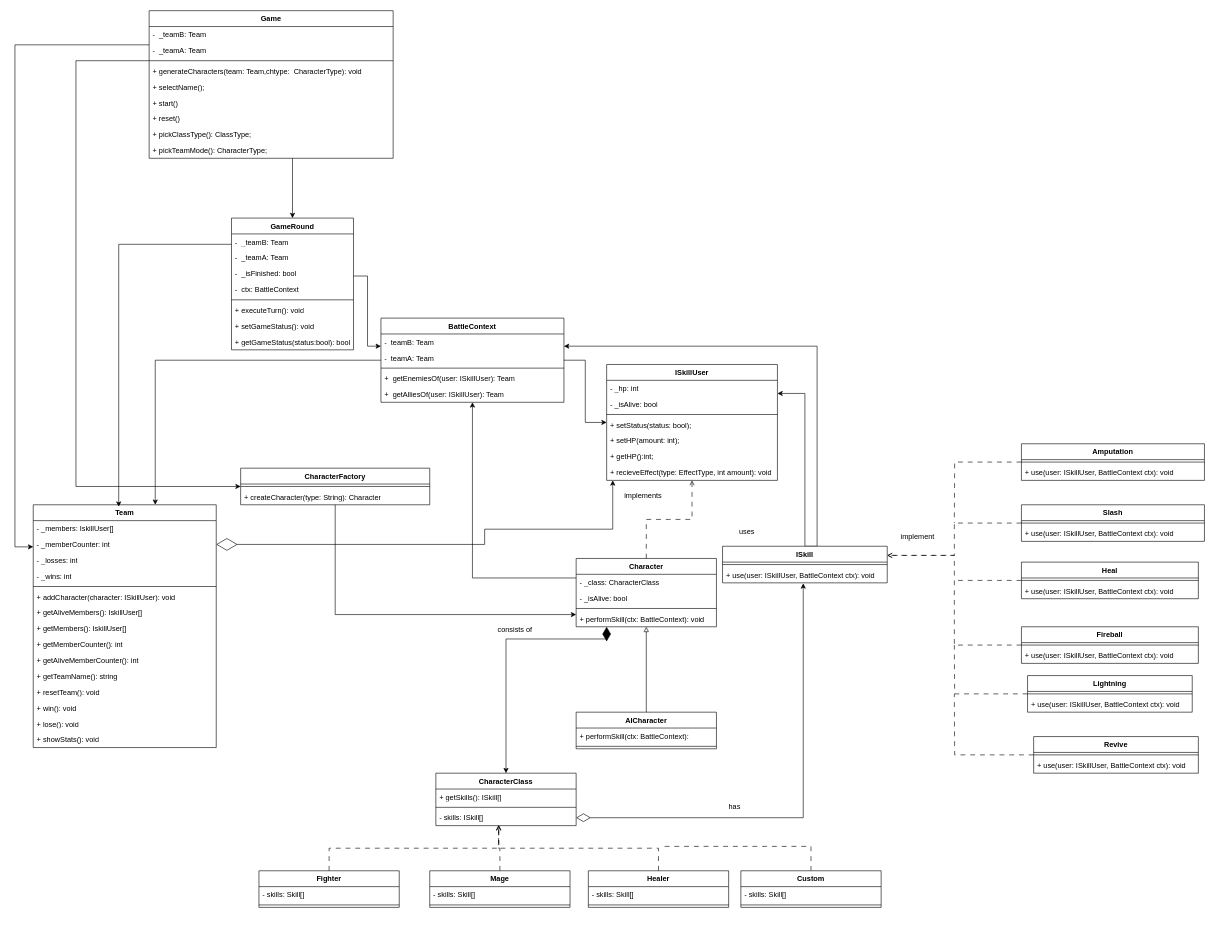
Before: FightClub.drawio in ergimandija/FightClub, a draw.io diagram. Source tidied: cells renumbered, new cells numbered last; positions are measured from the earlier drawing's top-left corner, leaving out a move shared by most shapes. Both pictures are drawn from the tidied source at 61%, with x=0, y=0 at pixel (15, 10).
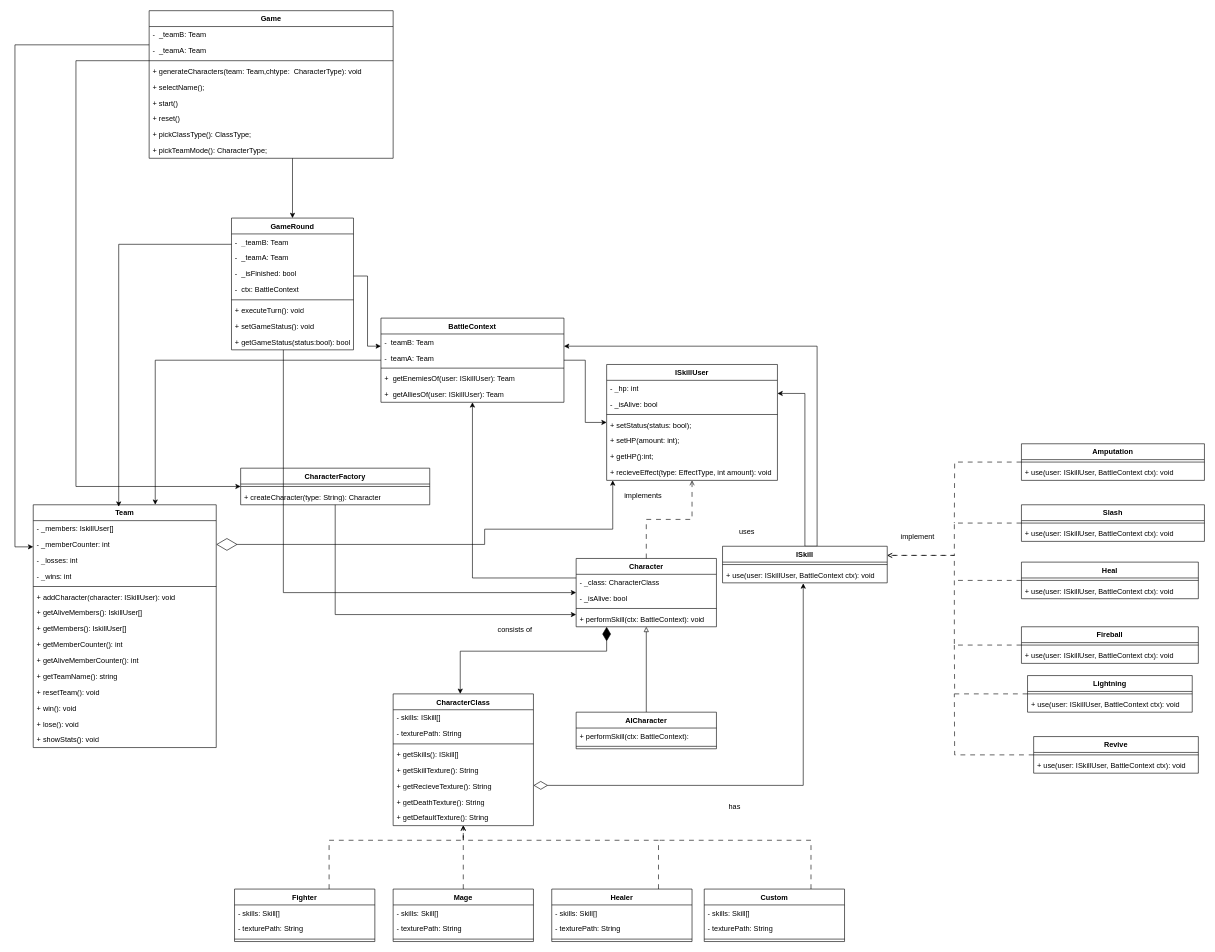
The same diagram, later.

Unchanged cells that the change refers to:
```xml
<mxCell id="12" value="Character" style="swimlane;fontStyle=1;align=center;verticalAlign=top;horizontal=1;startSize=26;whiteSpace=wrap;html=1;" parent="1" vertex="1">
  <mxGeometry x="920" y="898" width="230" height="112" as="geometry" />
</mxCell>
<mxCell id="26" value="+ use(user: ISkillUser, BattleContext ctx): void" style="text;strokeColor=none;fillColor=none;align=left;verticalAlign=top;spacingLeft=4;spacingRight=4;overflow=hidden;points=[[0,0.5],[1,0.5]];portConstraint=eastwest;whiteSpace=wrap;html=1;" parent="24" vertex="1">
  <mxGeometry y="34" width="270" height="26" as="geometry" />
</mxCell>
<mxCell id="78" value="GameRound" style="swimlane;fontStyle=1;align=center;verticalAlign=top;horizontal=1;startSize=26;whiteSpace=wrap;html=1;" parent="1" vertex="1">
  <mxGeometry x="355" y="340" width="200" height="216" as="geometry" />
</mxCell>
```

Diff of the diagram source:
```diff
@@
     <mxCell id="18" value="CharacterClass" style="swimlane;fontStyle=1;align=center;verticalAlign=top;horizontal=1;startSize=26;whiteSpace=wrap;html=1;" parent="1" vertex="1">
-      <mxGeometry x="690" y="1250" width="230" height="86" as="geometry" />
+      <mxGeometry x="620" y="1120" width="230" height="216" as="geometry" />
     </mxCell>
+    <mxCell id="21" value="- skills: ISkill[]" style="text;strokeColor=none;fillColor=none;align=left;verticalAlign=top;spacingLeft=4;spacingRight=4;overflow=hidden;points=[[0,0.5],[1,0.5]];portConstraint=eastwest;whiteSpace=wrap;html=1;" parent="18" vertex="1">
+      <mxGeometry y="26" width="230" height="26" as="geometry" />
+    </mxCell>
+    <mxCell id="130" value="- texturePath: String" style="text;strokeColor=none;fillColor=none;align=left;verticalAlign=top;spacingLeft=4;spacingRight=4;overflow=hidden;whiteSpace=wrap;html=1;" parent="18" vertex="1">
+      <mxGeometry y="52" width="230" height="26" as="geometry" />
+    </mxCell>
+    <mxCell id="20" style="line;strokeWidth=1;fillColor=none;align=left;verticalAlign=middle;spacingTop=-1;spacingLeft=3;spacingRight=3;labelPosition=right;strokeColor=inherit;" parent="18" vertex="1">
+      <mxGeometry y="78" width="230" height="8" as="geometry" />
+    </mxCell>
     <mxCell id="19" value="+ getSkills(): ISkill[]" style="text;strokeColor=none;fillColor=none;align=left;verticalAlign=top;spacingLeft=4;spacingRight=4;overflow=hidden;whiteSpace=wrap;html=1;" parent="18" vertex="1">
-      <mxGeometry y="26" width="230" height="26" as="geometry" />
+      <mxGeometry y="86" width="230" height="26" as="geometry" />
     </mxCell>
-    <mxCell id="20" style="line;strokeWidth=1;fillColor=none;align=left;verticalAlign=middle;spacingTop=-1;spacingLeft=3;spacingRight=3;labelPosition=right;strokeColor=inherit;" parent="18" vertex="1">
-      <mxGeometry y="52" width="230" height="8" as="geometry" />
-    </mxCell>
-    <mxCell id="21" value="- skills: ISkill[]" style="text;strokeColor=none;fillColor=none;align=left;verticalAlign=top;spacingLeft=4;spacingRight=4;overflow=hidden;points=[[0,0.5],[1,0.5]];portConstraint=eastwest;whiteSpace=wrap;html=1;" parent="18" vertex="1">
-      <mxGeometry y="60" width="230" height="26" as="geometry" />
-    </mxCell>
+    <mxCell id="131" value="+ getSkillTexture(): String" style="text;strokeColor=none;fillColor=none;align=left;verticalAlign=top;spacingLeft=4;spacingRight=4;overflow=hidden;whiteSpace=wrap;html=1;" parent="18" vertex="1">
+      <mxGeometry y="112" width="230" height="26" as="geometry" />
+    </mxCell>
+    <mxCell id="132" value="+ getRecieveTexture(): String" style="text;strokeColor=none;fillColor=none;align=left;verticalAlign=top;spacingLeft=4;spacingRight=4;overflow=hidden;whiteSpace=wrap;html=1;" parent="18" vertex="1">
+      <mxGeometry y="138" width="230" height="26" as="geometry" />
+    </mxCell>
+    <mxCell id="133" value="+ getDeathTexture(): String" style="text;strokeColor=none;fillColor=none;align=left;verticalAlign=top;spacingLeft=4;spacingRight=4;overflow=hidden;whiteSpace=wrap;html=1;" parent="18" vertex="1">
+      <mxGeometry y="164" width="230" height="26" as="geometry" />
+    </mxCell>
+    <mxCell id="134" value="+ getDefaultTexture(): String" style="text;strokeColor=none;fillColor=none;align=left;verticalAlign=top;spacingLeft=4;spacingRight=4;overflow=hidden;whiteSpace=wrap;html=1;" parent="18" vertex="1">
+      <mxGeometry y="190" width="230" height="26" as="geometry" />
+    </mxCell>
     <mxCell id="22" style="edgeStyle=orthogonalEdgeStyle;rounded=0;jettySize=auto;html=1;startArrow=diamondThin;startFill=1;startSize=21;" parent="1" edge="1" source="12" target="18">
       <mxGeometry relative="1" as="geometry">
         <Array as="points">
-          <mxPoint x="970" y="1030" />
-          <mxPoint x="805" y="1030" />
+          <mxPoint x="970" y="1050" />
+          <mxPoint x="730" y="1050" />
         </Array>
       </mxGeometry>
     </mxCell>
@@
-    <mxCell id="29" style="edgeStyle=orthogonalEdgeStyle;rounded=0;jettySize=auto;html=1;startArrow=diamondThin;startFill=0;startSize=21;entryX=0.49;entryY=1.035;entryDx=0;entryDy=0;entryPerimeter=0;" parent="1" edge="1" source="21" target="26">
-      <mxGeometry relative="1" as="geometry" />
+    <mxCell id="29" style="edgeStyle=orthogonalEdgeStyle;rounded=0;jettySize=auto;html=1;startArrow=diamondThin;startFill=0;startSize=21;entryX=0.49;entryY=1.035;entryDx=0;entryDy=0;entryPerimeter=0;" parent="1" edge="1" source="18" target="26">
+      <mxGeometry relative="1" as="geometry">
+        <Array as="points">
+          <mxPoint x="1292" y="1270" />
+        </Array>
+      </mxGeometry>
     </mxCell>
@@
     <mxCell id="45" value="Fighter" style="swimlane;fontStyle=1;align=center;verticalAlign=top;horizontal=1;startSize=26;whiteSpace=wrap;html=1;" parent="1" vertex="1">
-      <mxGeometry x="400" y="1410" width="230" height="60" as="geometry" />
+      <mxGeometry x="360" y="1440" width="230" height="86" as="geometry" />
     </mxCell>
@@
+    <mxCell id="135" value="- texturePath: String" style="text;strokeColor=none;fillColor=none;align=left;verticalAlign=top;spacingLeft=4;spacingRight=4;overflow=hidden;whiteSpace=wrap;html=1;" parent="45" vertex="1">
+      <mxGeometry y="52" width="230" height="26" as="geometry" />
+    </mxCell>
     <mxCell id="47" style="line;strokeWidth=1;fillColor=none;align=left;verticalAlign=middle;spacingTop=-1;spacingLeft=3;spacingRight=3;labelPosition=right;strokeColor=inherit;" parent="45" vertex="1">
-      <mxGeometry y="52" width="230" height="8" as="geometry" />
+      <mxGeometry y="78" width="230" height="8" as="geometry" />
     </mxCell>
     <mxCell id="48" value="Mage" style="swimlane;fontStyle=1;align=center;verticalAlign=top;horizontal=1;startSize=26;whiteSpace=wrap;html=1;" parent="1" vertex="1">
-      <mxGeometry x="680" y="1410" width="230" height="60" as="geometry" />
+      <mxGeometry x="620" y="1440" width="230" height="86" as="geometry" />
     </mxCell>
@@
+    <mxCell id="136" value="- texturePath: String" style="text;strokeColor=none;fillColor=none;align=left;verticalAlign=top;spacingLeft=4;spacingRight=4;overflow=hidden;whiteSpace=wrap;html=1;" parent="48" vertex="1">
+      <mxGeometry y="52" width="230" height="26" as="geometry" />
+    </mxCell>
     <mxCell id="50" style="line;strokeWidth=1;fillColor=none;align=left;verticalAlign=middle;spacingTop=-1;spacingLeft=3;spacingRight=3;labelPosition=right;strokeColor=inherit;" parent="48" vertex="1">
-      <mxGeometry y="52" width="230" height="8" as="geometry" />
+      <mxGeometry y="78" width="230" height="8" as="geometry" />
     </mxCell>
     <mxCell id="51" value="Healer" style="swimlane;fontStyle=1;align=center;verticalAlign=top;horizontal=1;startSize=26;whiteSpace=wrap;html=1;" parent="1" vertex="1">
-      <mxGeometry x="940" y="1410" width="230" height="60" as="geometry" />
+      <mxGeometry x="880" y="1440" width="230" height="86" as="geometry" />
     </mxCell>
@@
+    <mxCell id="137" value="- texturePath: String" style="text;strokeColor=none;fillColor=none;align=left;verticalAlign=top;spacingLeft=4;spacingRight=4;overflow=hidden;whiteSpace=wrap;html=1;" parent="51" vertex="1">
+      <mxGeometry y="52" width="230" height="26" as="geometry" />
+    </mxCell>
     <mxCell id="53" style="line;strokeWidth=1;fillColor=none;align=left;verticalAlign=middle;spacingTop=-1;spacingLeft=3;spacingRight=3;labelPosition=right;strokeColor=inherit;" parent="51" vertex="1">
-      <mxGeometry y="52" width="230" height="8" as="geometry" />
+      <mxGeometry y="78" width="230" height="8" as="geometry" />
     </mxCell>
-    <mxCell id="54" style="edgeStyle=orthogonalEdgeStyle;rounded=0;jettySize=auto;html=1;entryX=0.447;entryY=1.007;entryDx=0;entryDy=0;entryPerimeter=0;dashed=1;dashPattern=8 8;endArrow=open;endFill=0;" parent="1" edge="1" source="45" target="21">
-      <mxGeometry relative="1" as="geometry" />
+    <mxCell id="54" style="edgeStyle=orthogonalEdgeStyle;rounded=0;jettySize=auto;html=1;dashed=1;dashPattern=8 8;endArrow=open;endFill=0;" parent="1" edge="1" source="45" target="18">
+      <mxGeometry relative="1" as="geometry">
+        <Array as="points">
+          <mxPoint x="515" y="1360" />
+          <mxPoint x="735" y="1360" />
+        </Array>
+      </mxGeometry>
     </mxCell>
-    <mxCell id="55" style="edgeStyle=orthogonalEdgeStyle;rounded=0;jettySize=auto;html=1;entryX=0.447;entryY=0.964;entryDx=0;entryDy=0;entryPerimeter=0;dashed=1;dashPattern=8 8;endArrow=open;endFill=0;" parent="1" edge="1" source="48" target="21">
+    <mxCell id="55" style="edgeStyle=orthogonalEdgeStyle;rounded=0;jettySize=auto;html=1;dashed=1;dashPattern=8 8;endArrow=open;endFill=0;" parent="1" edge="1" source="48" target="18">
       <mxGeometry relative="1" as="geometry" />
     </mxCell>
-    <mxCell id="56" style="edgeStyle=orthogonalEdgeStyle;rounded=0;jettySize=auto;html=1;entryX=0.449;entryY=0.974;entryDx=0;entryDy=0;entryPerimeter=0;dashed=1;dashPattern=8 8;endArrow=open;endFill=0;" parent="1" edge="1" source="51" target="21">
-      <mxGeometry relative="1" as="geometry" />
+    <mxCell id="56" style="edgeStyle=orthogonalEdgeStyle;rounded=0;jettySize=auto;html=1;dashed=1;dashPattern=8 8;endArrow=open;endFill=0;" parent="1" edge="1" source="51" target="18">
+      <mxGeometry relative="1" as="geometry">
+        <Array as="points">
+          <mxPoint x="1055" y="1360" />
+          <mxPoint x="735" y="1360" />
+        </Array>
+      </mxGeometry>
     </mxCell>
@@
+    <mxCell id="138" style="edgeStyle=orthogonalEdgeStyle;rounded=0;jettySize=auto;html=1;" parent="1" edge="1" source="78" target="12">
+      <mxGeometry relative="1" as="geometry">
+        <Array as="points">
+          <mxPoint x="440" y="954" />
+        </Array>
+      </mxGeometry>
+    </mxCell>
@@
     <mxCell id="126" style="edgeStyle=orthogonalEdgeStyle;rounded=0;jettySize=auto;html=1;endArrow=none;endFill=0;dashed=1;dashPattern=8 8;" parent="1" edge="1" source="127">
       <mxGeometry relative="1" as="geometry">
-        <mxPoint x="1060" y="1370" as="targetPoint" />
+        <mxPoint x="1050" y="1360" as="targetPoint" />
         <Array as="points">
-          <mxPoint x="1305" y="1370" />
+          <mxPoint x="1305" y="1360" />
+          <mxPoint x="1060" y="1360" />
         </Array>
       </mxGeometry>
     </mxCell>
     <mxCell id="127" value="Custom" style="swimlane;fontStyle=1;align=center;verticalAlign=top;horizontal=1;startSize=26;whiteSpace=wrap;html=1;" parent="1" vertex="1">
-      <mxGeometry x="1190" y="1410" width="230" height="60" as="geometry" />
+      <mxGeometry x="1130" y="1440" width="230" height="86" as="geometry" />
     </mxCell>
@@
+    <mxCell id="139" value="- texturePath: String" style="text;strokeColor=none;fillColor=none;align=left;verticalAlign=top;spacingLeft=4;spacingRight=4;overflow=hidden;whiteSpace=wrap;html=1;" parent="127" vertex="1">
+      <mxGeometry y="52" width="230" height="26" as="geometry" />
+    </mxCell>
     <mxCell id="129" style="line;strokeWidth=1;fillColor=none;align=left;verticalAlign=middle;spacingTop=-1;spacingLeft=3;spacingRight=3;labelPosition=right;strokeColor=inherit;" parent="127" vertex="1">
-      <mxGeometry y="52" width="230" height="8" as="geometry" />
+      <mxGeometry y="78" width="230" height="8" as="geometry" />
     </mxCell>
```
